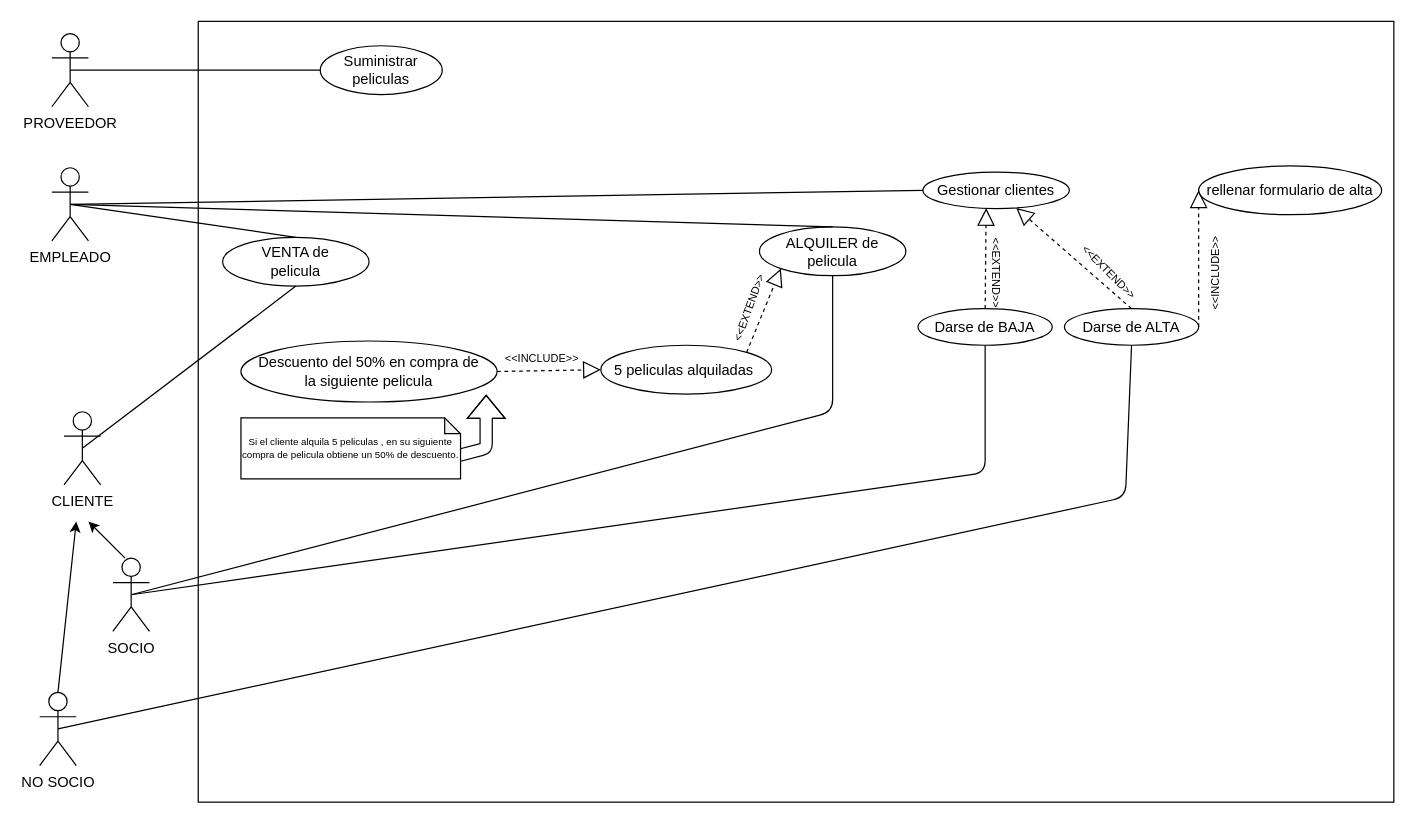
Above: ED/TEMA 3/EJERCICIOS CASOS DE USO/EJERCICIOS 1/videoclub.drawio in blascojavi/2019daw1 (draw.io), before the change. Source tidied: cells renumbered, new cells numbered last; positions are measured from the earlier drawing's top-left corner, leaving out a move shared by most shapes. Both pictures are drawn from the tidied source at 122%, with x=0, y=0 at pixel (39, 21).
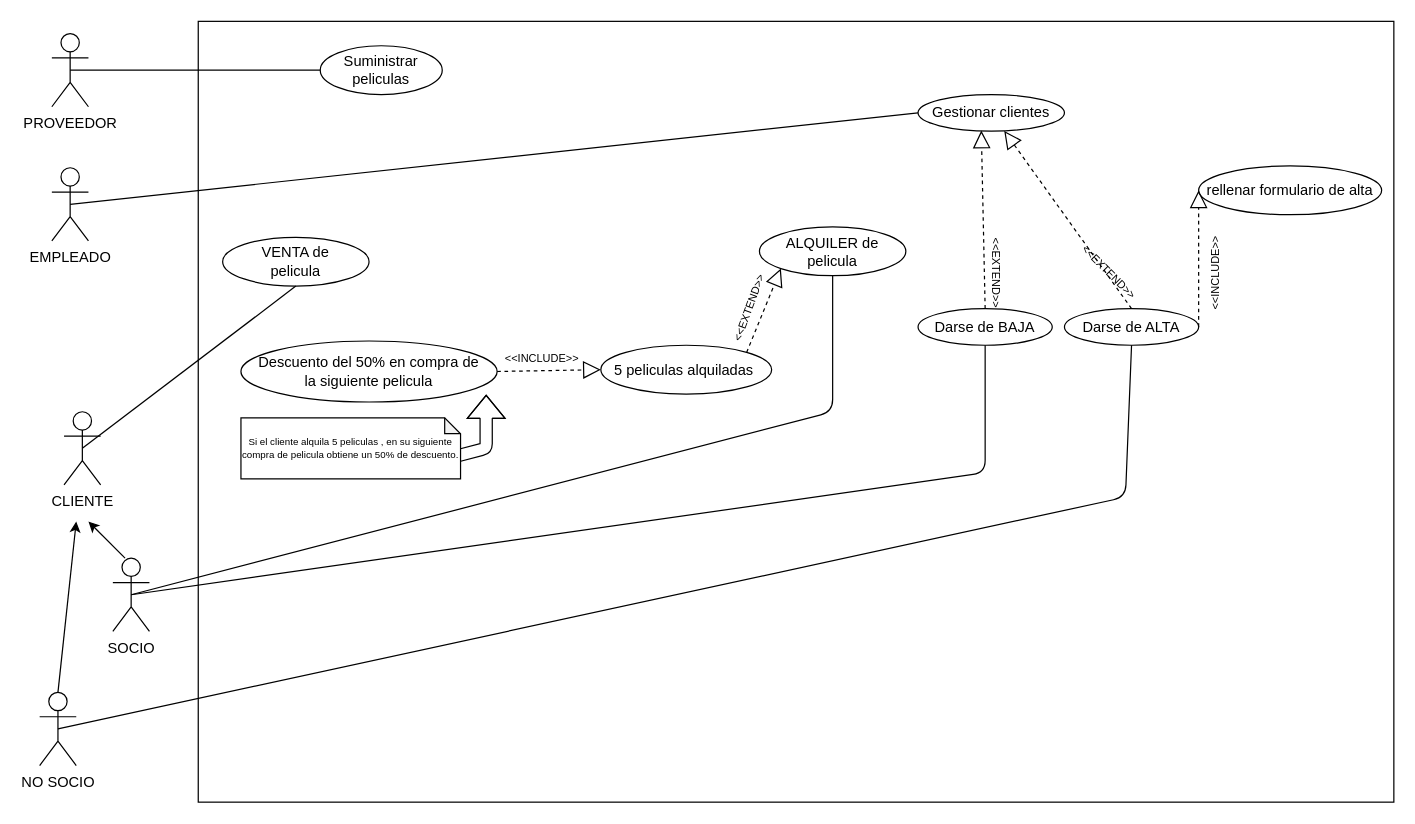
The same diagram, later.

The change refers to these unchanged cells:
```xml
<mxCell id="12" value="EMPLEADO" style="shape=umlActor;verticalLabelPosition=bottom;labelBackgroundColor=#ffffff;verticalAlign=top;html=1;outlineConnect=0;" parent="1" vertex="1">
  <mxGeometry x="10" y="120" width="30" height="60" as="geometry" />
</mxCell>
<mxCell id="13" value="VENTA de &lt;br&gt;pelicula" style="ellipse;whiteSpace=wrap;html=1;" parent="1" vertex="1">
  <mxGeometry x="150" y="177" width="120" height="40" as="geometry" />
</mxCell>
<mxCell id="16" value="ALQUILER de pelicula" style="ellipse;whiteSpace=wrap;html=1;" parent="1" vertex="1">
  <mxGeometry x="590" y="168.5" width="120" height="40" as="geometry" />
</mxCell>
```

The edit, as a diff of the source:
```diff
@@
-    <mxCell id="14" style="endArrow=none;html=1;entryX=0.5;entryY=0;entryDx=0;entryDy=0;exitX=0.5;exitY=0.5;exitDx=0;exitDy=0;exitPerimeter=0;" parent="1" edge="1" source="12" target="13">
-      <mxGeometry relative="1" as="geometry" />
-    </mxCell>
@@
-    <mxCell id="17" style="endArrow=none;html=1;entryX=0.5;entryY=0.5;entryDx=0;entryDy=0;entryPerimeter=0;exitX=0.5;exitY=0;exitDx=0;exitDy=0;" parent="1" edge="1" source="16" target="12">
-      <mxGeometry relative="1" as="geometry" />
-    </mxCell>
@@
     <mxCell id="22" value="Gestionar clientes" style="ellipse;whiteSpace=wrap;html=1;" parent="1" vertex="1">
-      <mxGeometry x="724" y="123.5" width="120" height="30" as="geometry" />
+      <mxGeometry x="720" y="60" width="120" height="30" as="geometry" />
     </mxCell>
```
